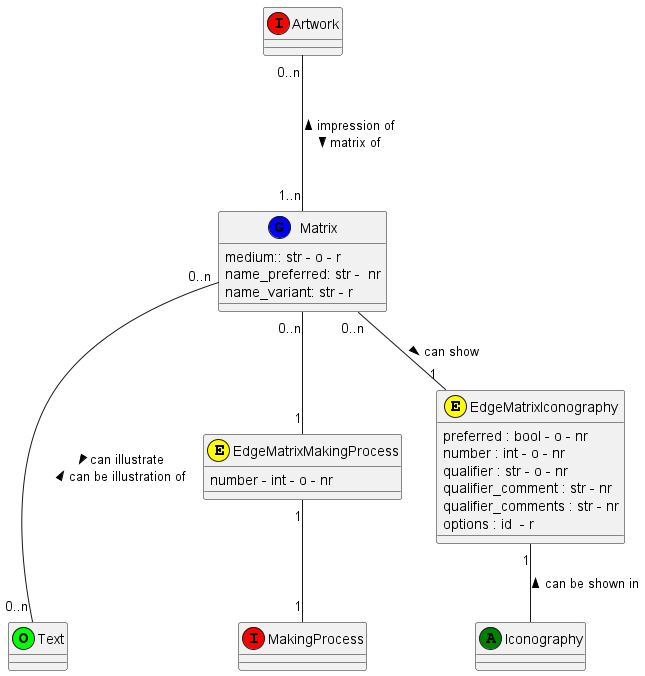
Before: documentation/class_diagrams/Matrix.png, a diagram exported from PlantUML (tmasch/bpf_be).
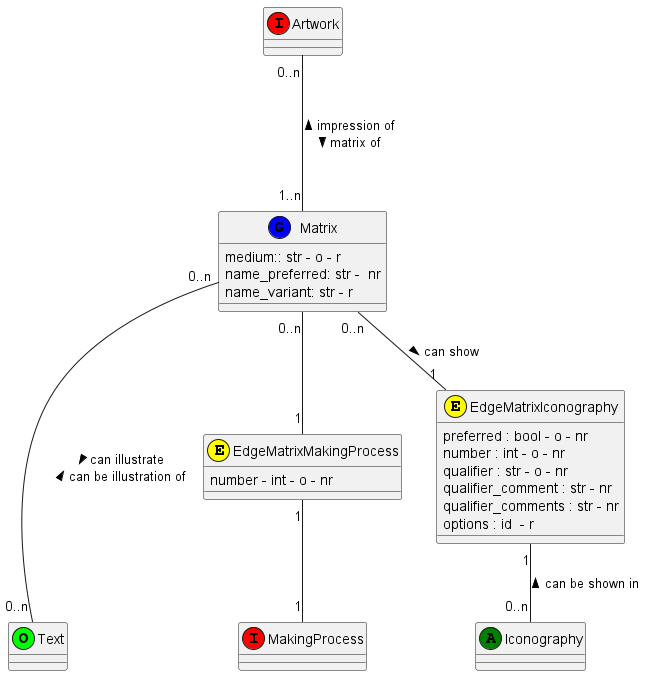
The same diagram one commit later.

The edit, as a diff of the source:
```diff
@@ -34,7 +34,7 @@
 Matrix "0..n" --- "0..n" Text : > can illustrate \n can be illustration of <
 
 Matrix "0..n" -- "1" EdgeMatrixIconography : can show >
-EdgeMatrixIconography "1" -- Iconography : can be shown in <
+EdgeMatrixIconography "1" -- "0..n" Iconography : can be shown in <
 
 
 
```
